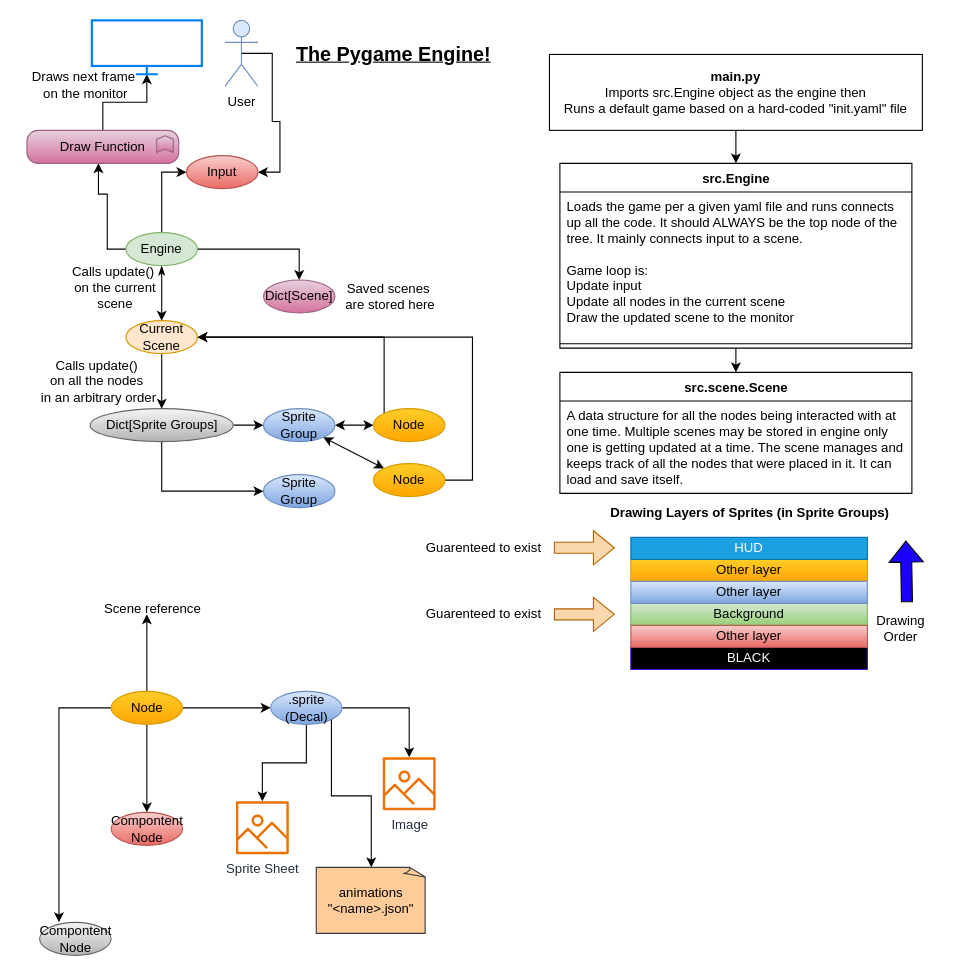
Earlier version of the draw.io diagram docs/state_map.drawio (flythereddflagg/RCA). Source tidied: cells renumbered, new cells numbered last; positions are measured from the earlier drawing's top-left corner, leaving out a move shared by most shapes. Both pictures are drawn from the tidied source at 110%, with x=0, y=0 at pixel (19, 20).
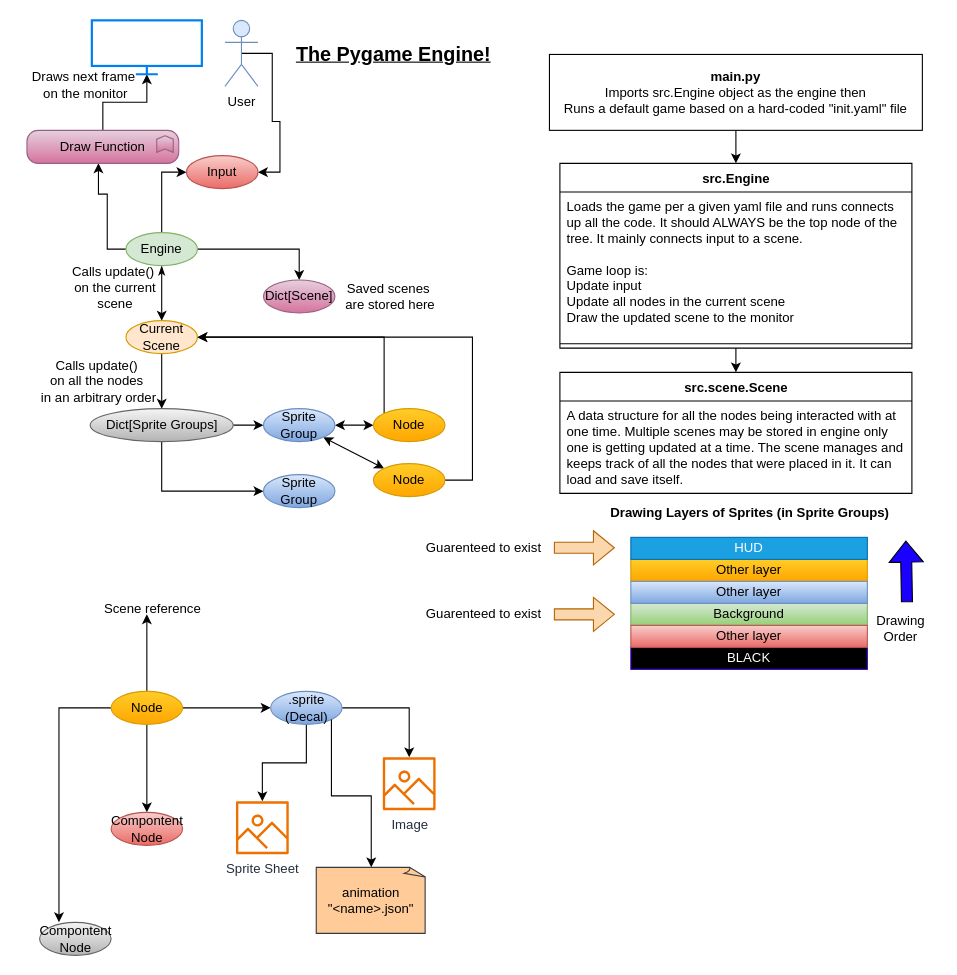
After the change.

Diff of the diagram source:
```diff
@@
-    <mxCell id="64" value="animations&lt;div&gt;&quot;&amp;lt;name&amp;gt;.json&quot;&lt;/div&gt;" style="whiteSpace=wrap;html=1;shape=mxgraph.basic.document;fillColor=#ffcc99;strokeColor=#36393d;" parent="1" vertex="1">
+    <mxCell id="64" value="animation&lt;div&gt;&quot;&amp;lt;name&amp;gt;.json&quot;&lt;/div&gt;" style="whiteSpace=wrap;html=1;shape=mxgraph.basic.document;fillColor=#ffcc99;strokeColor=#36393d;" parent="1" vertex="1">
       <mxGeometry x="270" y="770" width="100" height="60" as="geometry" />
     </mxCell>
```
